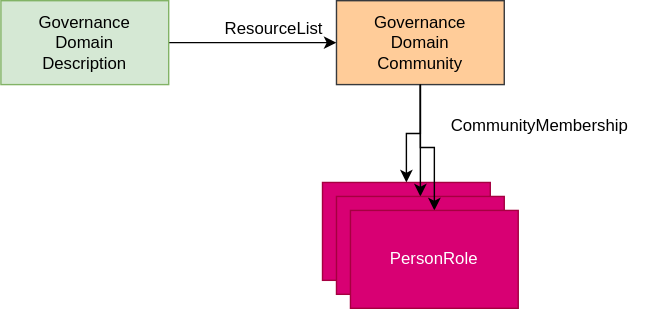
odpi/egeria-docs keeps this draw.io diagram as site/docs/guides/planning/governance-program/governance-domain-community.svg. Above is the earlier version. Source tidied: cells renumbered, new cells last; positions are measured from the earlier drawing's top-left corner, leaving out a move shared by most shapes.
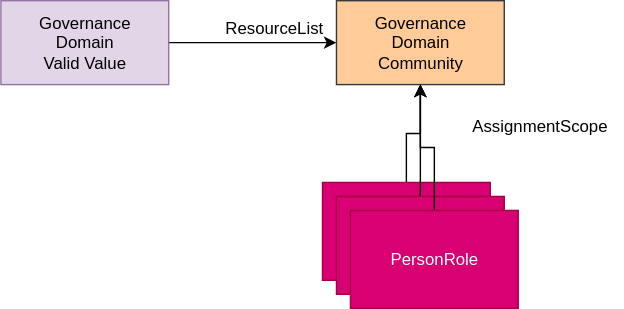
After the change.

Change to the diagram source:
```diff
@@ -2,38 +2,38 @@
   <root>
     <mxCell id="0" />
     <mxCell id="1" parent="0" />
-    <mxCell id="2" style="edgeStyle=orthogonalEdgeStyle;rounded=0;jettySize=auto;html=1;exitX=0.5;exitY=1;exitDx=0;exitDy=0;fontColor=#FFFFFF;" parent="1" edge="1" source="3" target="4">
-      <mxGeometry relative="1" as="geometry" />
+    <mxCell id="2" value="Governance&lt;br&gt;Domain&lt;br&gt;Community" style="rounded=0;whiteSpace=wrap;html=1;fillColor=#ffcc99;strokeColor=#36393d;" parent="1" vertex="1">
+      <mxGeometry x="240" width="120" height="60" as="geometry" />
     </mxCell>
-    <mxCell id="3" value="Governance&lt;br&gt;Domain&lt;br&gt;Community" style="rounded=0;whiteSpace=wrap;html=1;fillColor=#ffcc99;strokeColor=#36393d;" parent="1" vertex="1">
-      <mxGeometry x="240" width="120" height="60" as="geometry" />
+    <mxCell id="3" style="edgeStyle=orthogonalEdgeStyle;rounded=0;jettySize=auto;html=1;exitX=0.5;exitY=0;exitDx=0;exitDy=0;" parent="1" edge="1" source="4" target="2">
+      <mxGeometry relative="1" as="geometry" />
     </mxCell>
     <mxCell id="4" value="PersonRole" style="rounded=0;whiteSpace=wrap;html=1;fillColor=#d80073;strokeColor=#A50040;verticalAlign=middle;align=center;fontColor=#FFFFFF;" parent="1" vertex="1">
       <mxGeometry x="230" y="130" width="120" height="70" as="geometry" />
     </mxCell>
-    <mxCell id="5" style="edgeStyle=orthogonalEdgeStyle;rounded=0;jettySize=auto;html=1;exitX=0.5;exitY=1;exitDx=0;exitDy=0;fontColor=#FFFFFF;" parent="1" edge="1" source="3" target="6">
+    <mxCell id="5" style="edgeStyle=orthogonalEdgeStyle;rounded=0;jettySize=auto;html=1;" parent="1" edge="1" source="6" target="2">
       <mxGeometry relative="1" as="geometry" />
     </mxCell>
     <mxCell id="6" value="PersonRole" style="rounded=0;whiteSpace=wrap;html=1;fillColor=#d80073;strokeColor=#A50040;verticalAlign=middle;align=center;fontColor=#FFFFFF;" parent="1" vertex="1">
       <mxGeometry x="240" y="140" width="120" height="70" as="geometry" />
     </mxCell>
-    <mxCell id="7" style="edgeStyle=orthogonalEdgeStyle;rounded=0;jettySize=auto;html=1;exitX=0.5;exitY=1;exitDx=0;exitDy=0;fontColor=#FFFFFF;" parent="1" edge="1" source="3" target="8">
+    <mxCell id="7" style="edgeStyle=orthogonalEdgeStyle;rounded=0;jettySize=auto;html=1;exitX=0.5;exitY=0;exitDx=0;exitDy=0;entryX=0.5;entryY=1;entryDx=0;entryDy=0;" parent="1" edge="1" source="8" target="2">
       <mxGeometry relative="1" as="geometry" />
     </mxCell>
     <mxCell id="8" value="PersonRole" style="rounded=0;whiteSpace=wrap;html=1;fillColor=#d80073;strokeColor=#A50040;verticalAlign=middle;align=center;fontColor=#FFFFFF;" parent="1" vertex="1">
       <mxGeometry x="250" y="150" width="120" height="70" as="geometry" />
     </mxCell>
-    <mxCell id="9" style="edgeStyle=orthogonalEdgeStyle;rounded=0;jettySize=auto;html=1;exitX=1;exitY=0.5;exitDx=0;exitDy=0;fontColor=#000000;" parent="1" edge="1" source="10" target="3">
+    <mxCell id="9" style="edgeStyle=orthogonalEdgeStyle;rounded=0;jettySize=auto;html=1;exitX=1;exitY=0.5;exitDx=0;exitDy=0;fontColor=#000000;" parent="1" edge="1" source="10" target="2">
       <mxGeometry relative="1" as="geometry" />
     </mxCell>
-    <mxCell id="10" value="Governance&lt;br&gt;Domain&lt;br&gt;Description" style="rounded=0;whiteSpace=wrap;html=1;fillColor=#d5e8d4;strokeColor=#82b366;" parent="1" vertex="1">
+    <mxCell id="10" value="Governance&lt;br&gt;Domain&lt;br&gt;Valid Value" style="rounded=0;whiteSpace=wrap;html=1;fillColor=#e1d5e7;strokeColor=#9673a6;" parent="1" vertex="1">
       <mxGeometry width="120" height="60" as="geometry" />
     </mxCell>
     <mxCell id="11" value="ResourceList" style="text;html=1;align=center;verticalAlign=middle;strokeColor=none;fillColor=none;fontColor=#000000;" parent="1" vertex="1">
       <mxGeometry x="150" y="10" width="90" height="20" as="geometry" />
     </mxCell>
-    <mxCell id="12" value="CommunityMembership" style="text;html=1;align=center;verticalAlign=middle;strokeColor=none;fillColor=none;" parent="1" vertex="1">
-      <mxGeometry x="310" y="75" width="150" height="30" as="geometry" />
+    <mxCell id="12" value="AssignmentScope" style="text;html=1;align=center;verticalAlign=middle;strokeColor=none;fillColor=none;" parent="1" vertex="1">
+      <mxGeometry x="325" y="75" width="120" height="30" as="geometry" />
     </mxCell>
   </root>
 </mxGraphModel>
```
